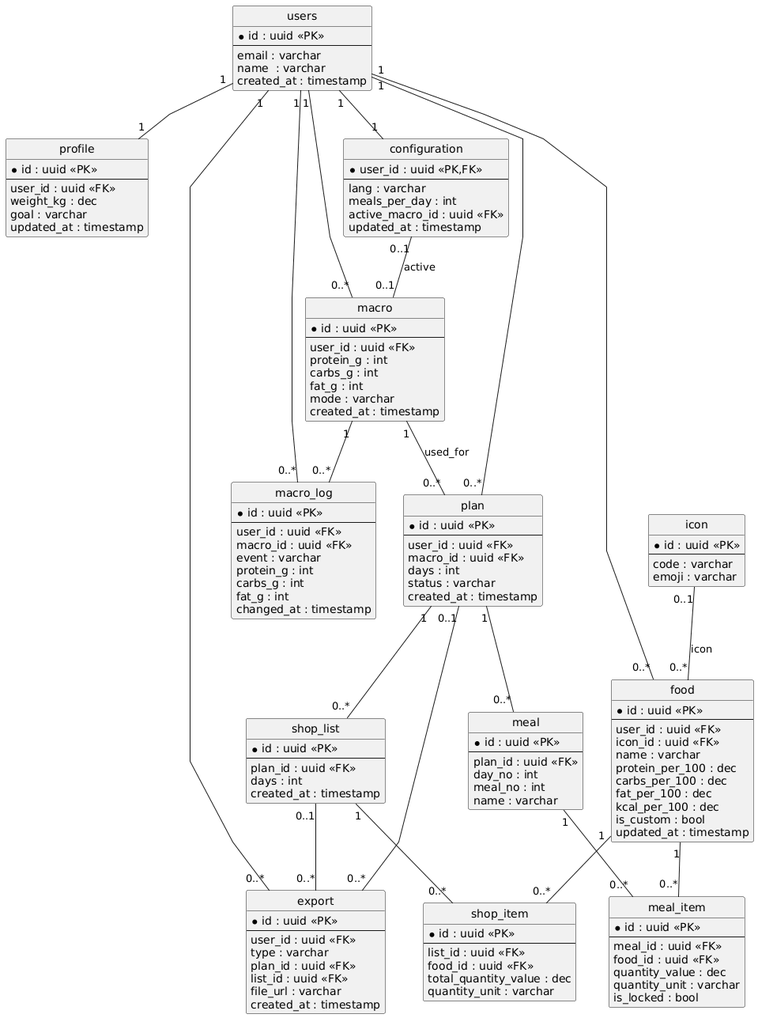
zlat1x/meal-planner keeps this PlantUML diagram as docs/diagrams/erd.png. Above is the earlier version.
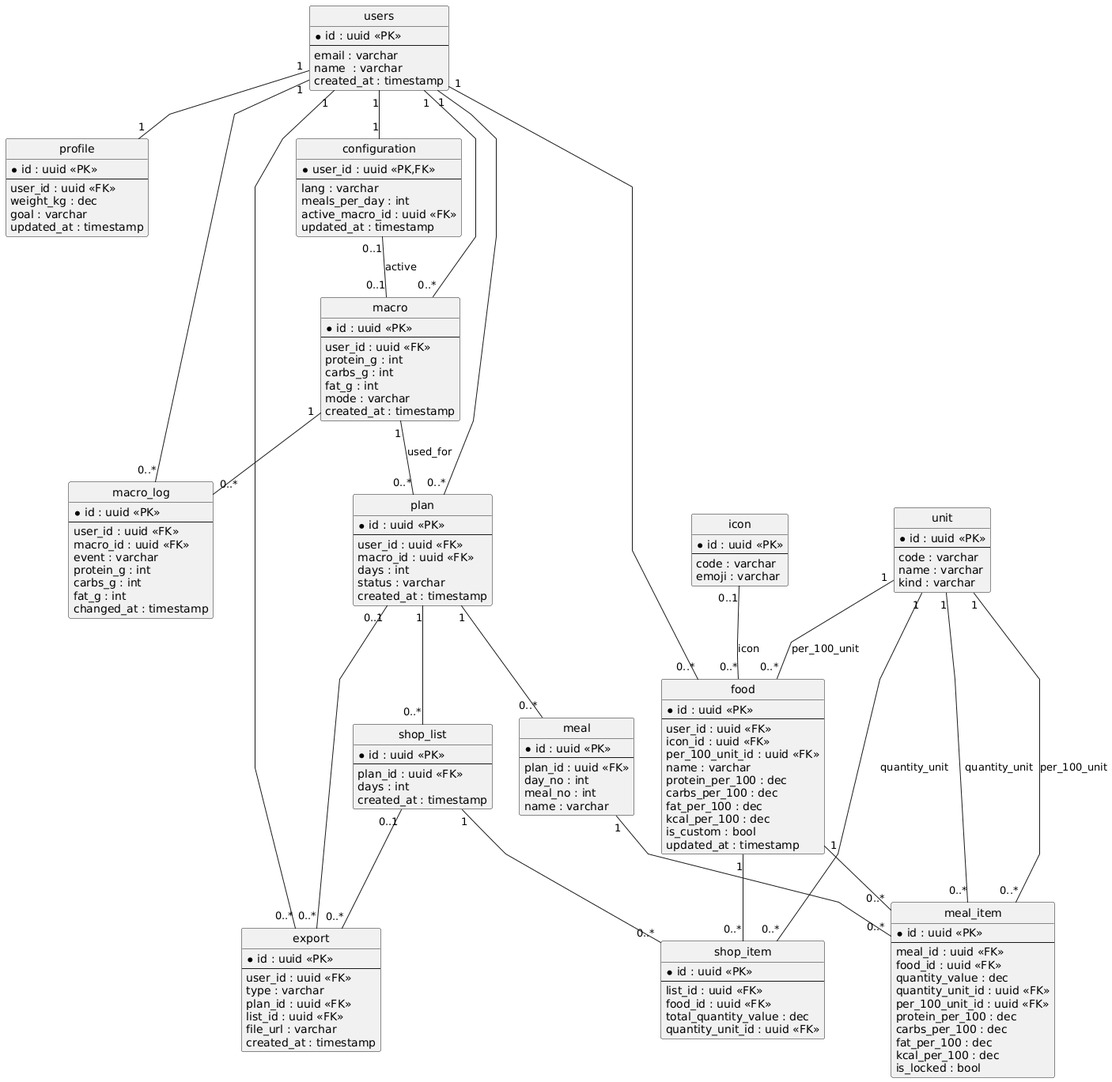
The same file after the commit.

The edit, as a diff of the source:
```diff
@@ -60,11 +60,20 @@
   emoji : varchar
 }
 
+entity "unit" as unit {
+  * id : uuid <<PK>>
+  --
+  code : varchar
+  name : varchar
+  kind : varchar
+}
+
 entity "food" as food {
   * id : uuid <<PK>>
   --
   user_id : uuid <<FK>>
   icon_id : uuid <<FK>>
+  per_100_unit_id : uuid <<FK>>
   name : varchar
   protein_per_100 : dec
   carbs_per_100 : dec
@@ -99,7 +108,12 @@
   meal_id : uuid <<FK>>
   food_id : uuid <<FK>>
   quantity_value : dec
-  quantity_unit : varchar
+  quantity_unit_id : uuid <<FK>>
+  per_100_unit_id : uuid <<FK>>
+  protein_per_100 : dec
+  carbs_per_100 : dec
+  fat_per_100 : dec
+  kcal_per_100 : dec
   is_locked : bool
 }
 
@@ -117,7 +131,7 @@
   list_id : uuid <<FK>>
   food_id : uuid <<FK>>
   total_quantity_value : dec
-  quantity_unit : varchar
+  quantity_unit_id : uuid <<FK>>
 }
 
 entity "export" as ex {
@@ -142,10 +156,14 @@
 macro "1" -- "0..*"  mlog
 
 cfg   "0..1" -- "0..1" macro : active
-
 macro "1"    -- "0..*" plan  : used_for
 
 icon  "0..1" -- "0..*" food  : icon
+
+unit "1" -- "0..*" food : per_100_unit
+unit "1" -- "0..*" mi   : quantity_unit
+unit "1" -- "0..*" mi   : per_100_unit
+unit "1" -- "0..*" si   : quantity_unit
 
 plan  "1"    -- "0..*" meal
 meal  "1"    -- "0..*" mi
```
